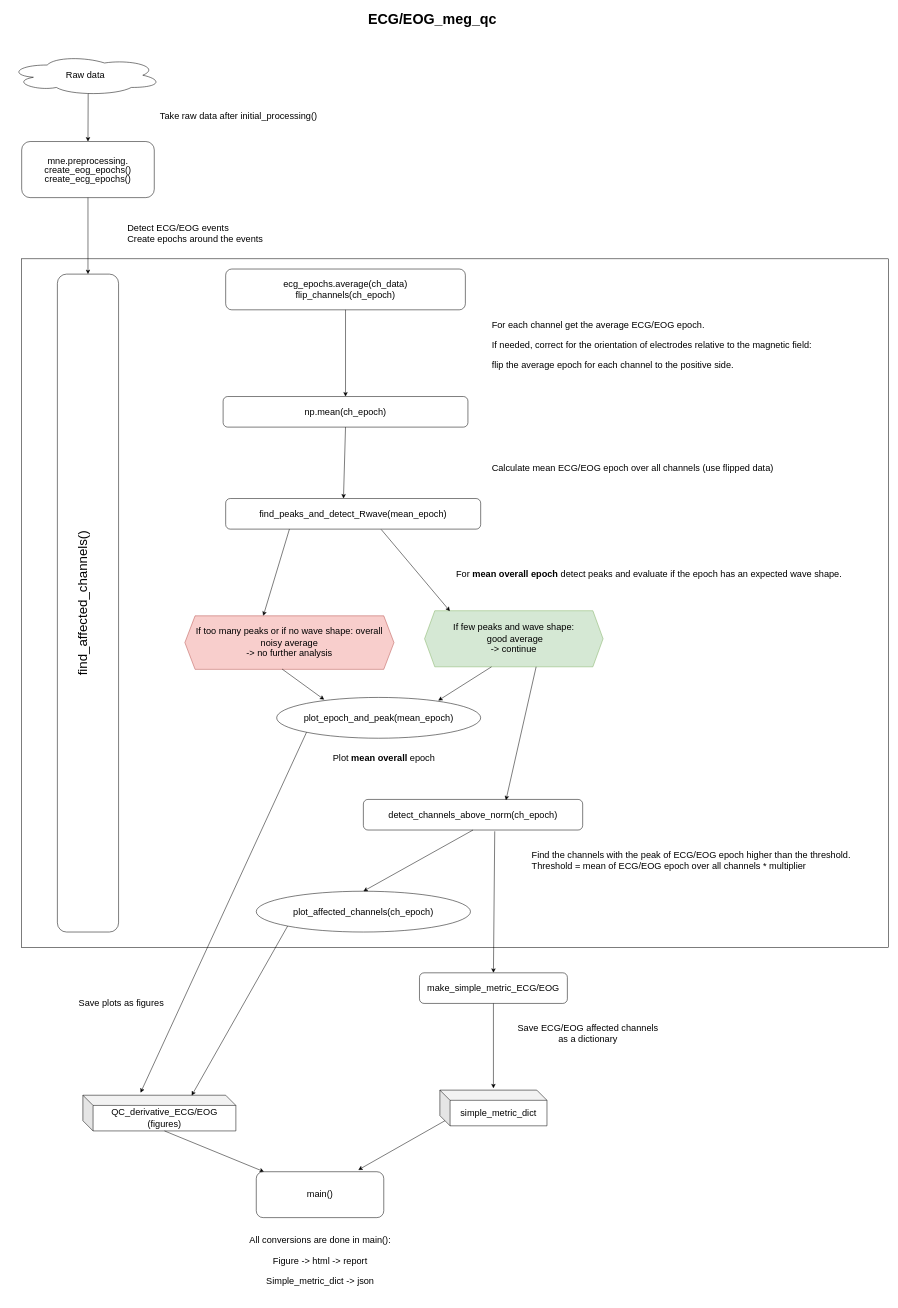
Above: docs and diagrams/ECG_UML short.drawio in oldgandalf/MEGqcJorge (draw.io), before the change. Source tidied: cells renumbered, new cells numbered last; positions are measured from the earlier drawing's top-left corner, leaving out a move shared by most shapes. Both pictures are drawn from the tidied source at 51%, with x=0, y=0 at pixel (9, 9).
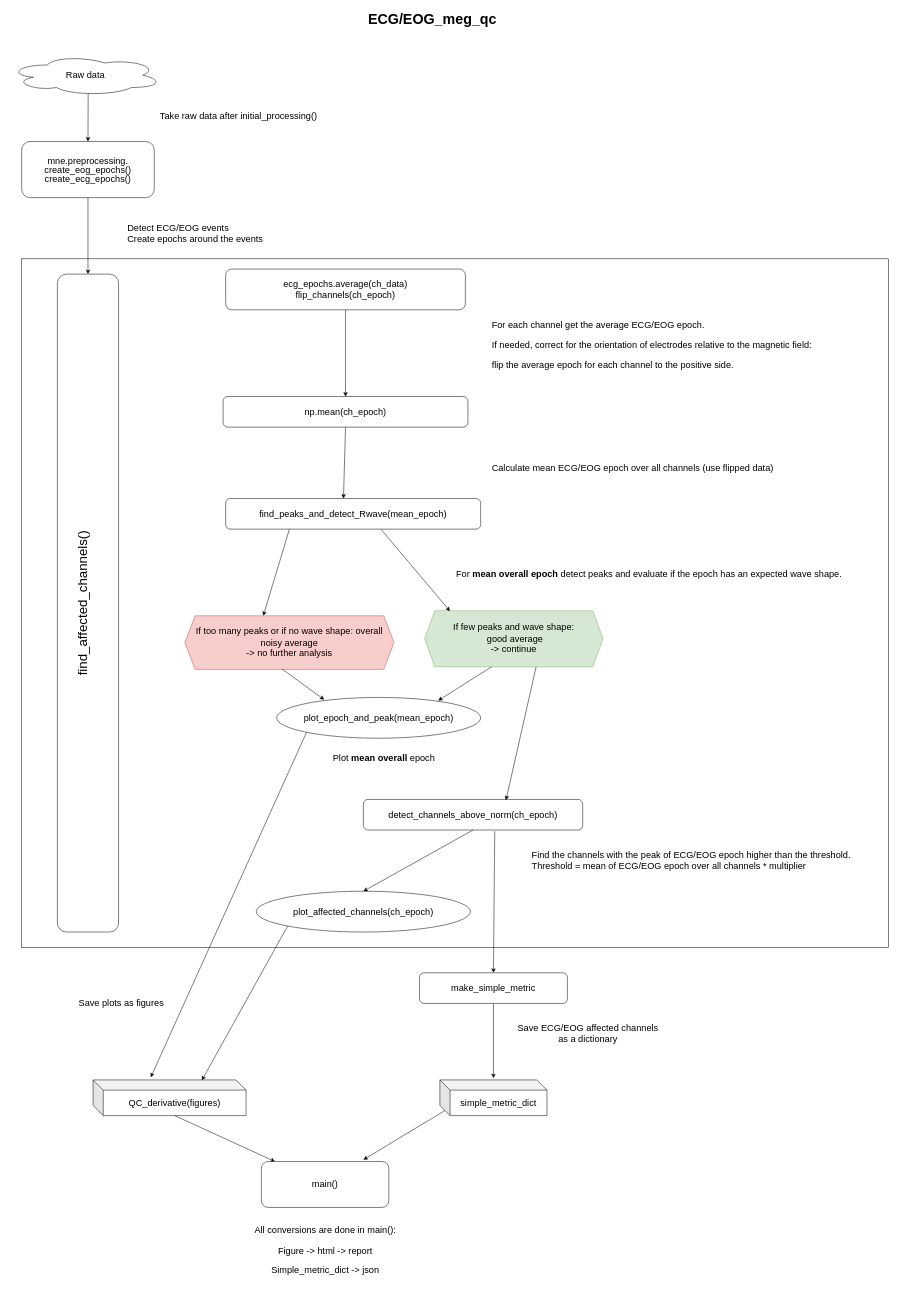
The same page after the edit.

Change to the diagram source:
```diff
@@
-    <mxCell id="29" value="QC_derivative_ECG/EOG&lt;br style=&quot;font-size: 18px;&quot;&gt;(figures)" style="shape=cube;whiteSpace=wrap;html=1;boundedLbl=1;backgroundOutline=1;darkOpacity=0.05;darkOpacity2=0.1;fontFamily=Helvetica;fontSize=18;" parent="1" vertex="1">
-      <mxGeometry x="145" y="2130" width="300" height="70" as="geometry" />
+    <mxCell id="29" value="QC_derivative(figures)" style="shape=cube;whiteSpace=wrap;html=1;boundedLbl=1;backgroundOutline=1;darkOpacity=0.05;darkOpacity2=0.1;fontFamily=Helvetica;fontSize=18;" parent="1" vertex="1">
+      <mxGeometry x="165" y="2100" width="300" height="70" as="geometry" />
     </mxCell>
@@
     <mxCell id="34" value="main()" style="rounded=1;whiteSpace=wrap;html=1;fontFamily=Helvetica;fontSize=18;" parent="1" vertex="1">
-      <mxGeometry x="485" y="2280" width="250" height="90" as="geometry" />
+      <mxGeometry x="495" y="2260" width="250" height="90" as="geometry" />
     </mxCell>
@@
-    <mxCell id="38" value="make_simple_metric_ECG/EOG" style="rounded=1;whiteSpace=wrap;html=1;fontFamily=Helvetica;fontSize=18;" parent="1" vertex="1">
+    <mxCell id="38" value="make_simple_metric" style="rounded=1;whiteSpace=wrap;html=1;fontFamily=Helvetica;fontSize=18;" parent="1" vertex="1">
       <mxGeometry x="805" y="1890" width="290" height="60" as="geometry" />
     </mxCell>
     <mxCell id="39" value="simple_metric_dict" style="shape=cube;whiteSpace=wrap;html=1;boundedLbl=1;backgroundOutline=1;darkOpacity=0.05;darkOpacity2=0.1;fontFamily=Helvetica;fontSize=18;" parent="1" vertex="1">
-      <mxGeometry x="845" y="2120" width="210" height="70" as="geometry" />
+      <mxGeometry x="845" y="2100" width="210" height="70" as="geometry" />
     </mxCell>
@@
     <mxCell id="42" value="&lt;blockquote style=&quot;font-size: 18px;&quot;&gt;All conversions are done in main():&lt;/blockquote&gt;&lt;blockquote style=&quot;font-size: 18px;&quot;&gt;Figure -&amp;gt; html -&amp;gt; report&lt;/blockquote&gt;&lt;blockquote style=&quot;font-size: 18px;&quot;&gt;Simple_metric_dict -&amp;gt; json&lt;/blockquote&gt;" style="text;html=1;align=center;verticalAlign=middle;strokeColor=none;fillColor=none;fontSize=18;fontFamily=Helvetica;" parent="1" vertex="1">
-      <mxGeometry x="420" y="2380" width="380" height="150" as="geometry" />
+      <mxGeometry x="430" y="2360" width="380" height="150" as="geometry" />
     </mxCell>
```
